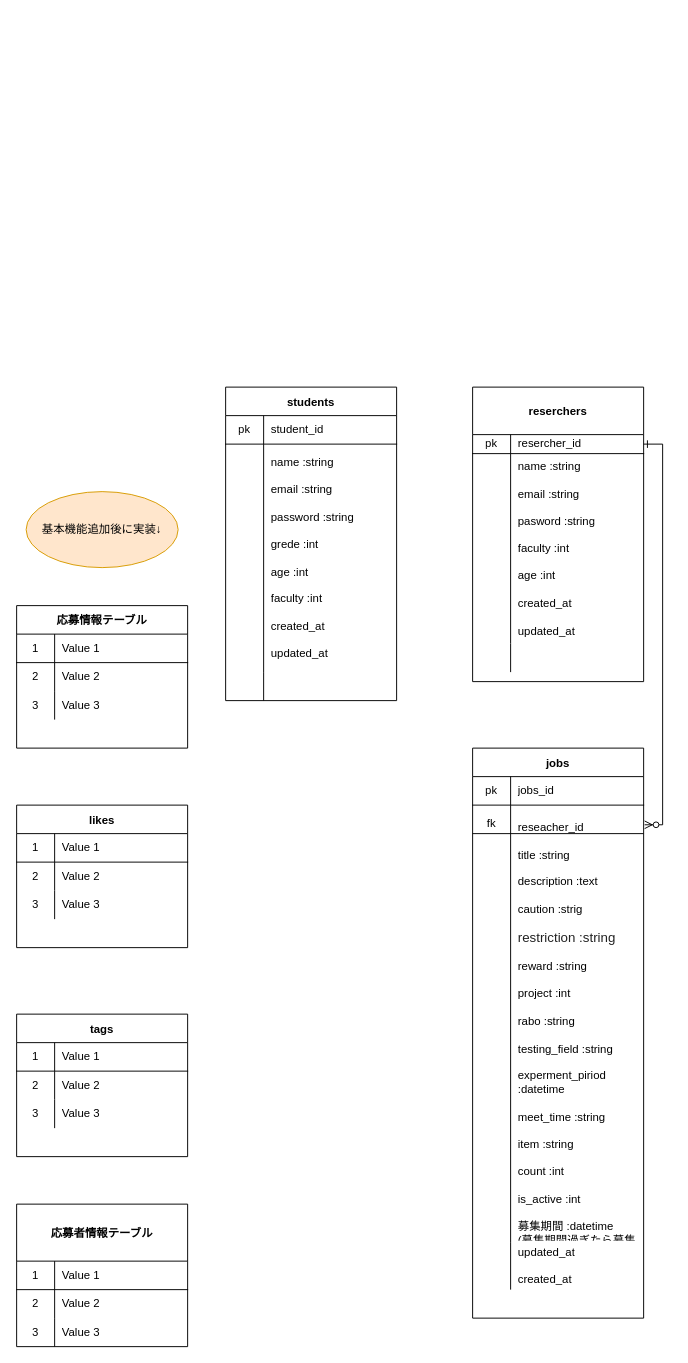
Earlier version of the draw.io diagram Untitled Diagram.drawio (nagaoka1166/tester). Source tidied: cells renumbered, new cells numbered last; positions are measured from the earlier drawing's top-left corner, leaving out a move shared by most shapes. Both pictures are drawn from the tidied source at 95%, with x=0, y=0 at pixel (16, 387).
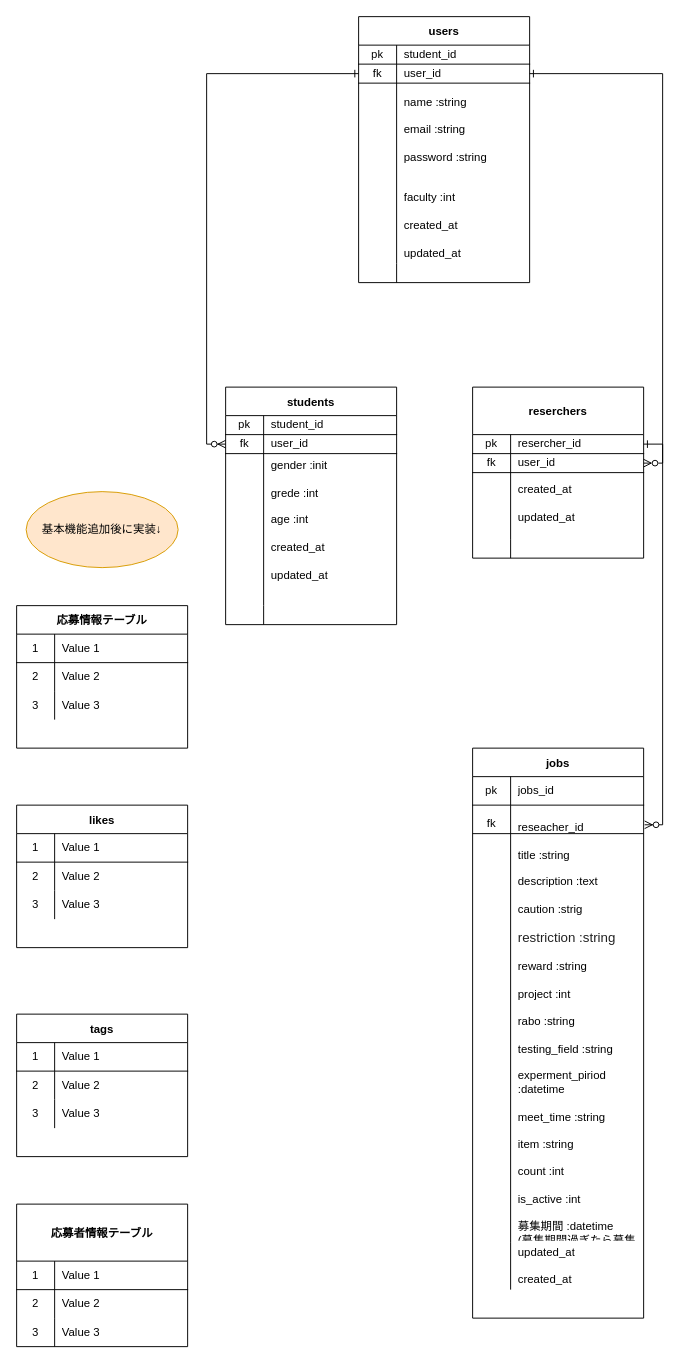
The same diagram, later.

Commit message:
userとstudent &researcher親子関係

Diff of the diagram source:
```diff
@@
     <mxCell id="2" value="reserchers" style="shape=table;startSize=50;childLayout=tableLayout;rowLines=0;fontStyle=1;align=center;" parent="1" vertex="1">
-      <mxGeometry x="480" width="180" height="310" as="geometry" />
+      <mxGeometry x="480" width="180" height="180" as="geometry" />
     </mxCell>
@@
     <mxCell id="6" style="shape=partialRectangle;html=1;whiteSpace=wrap;fillColor=none;top=0;left=0;bottom=0;right=0;" parent="2" vertex="1">
-      <mxGeometry y="70" width="180" height="200" as="geometry" />
+      <mxGeometry y="70" width="180" height="90" as="geometry" />
     </mxCell>
     <mxCell id="7" style="shape=partialRectangle;html=1;whiteSpace=wrap;fillColor=none;top=0;left=0;bottom=0;right=0;overflow=hidden;" parent="6" vertex="1">
-      <mxGeometry width="40" height="200" as="geometry" />
+      <mxGeometry width="40" height="90" as="geometry" />
     </mxCell>
-    <mxCell id="8" value="name :string&lt;br&gt;&lt;br&gt;email :string&lt;br&gt;&lt;br&gt;pasword :string&lt;br&gt;&lt;br&gt;faculty :int&lt;br&gt;&lt;br&gt;age :int&lt;br&gt;&lt;br&gt;created_at&lt;br&gt;&lt;br&gt;updated_at" style="shape=partialRectangle;html=1;whiteSpace=wrap;fillColor=none;top=0;left=0;bottom=0;right=0;align=left;spacingLeft=6;overflow=hidden;" parent="6" vertex="1">
-      <mxGeometry x="40" width="140" height="200" as="geometry" />
+    <mxCell id="8" value="&lt;br&gt;created_at&lt;br&gt;&lt;br&gt;updated_at" style="shape=partialRectangle;html=1;whiteSpace=wrap;fillColor=none;top=0;left=0;bottom=0;right=0;align=left;spacingLeft=6;overflow=hidden;" parent="6" vertex="1">
+      <mxGeometry x="40" width="140" height="90" as="geometry" />
     </mxCell>
     <mxCell id="9" style="shape=partialRectangle;html=1;whiteSpace=wrap;fillColor=none;top=0;left=0;bottom=0;right=0;" parent="2" vertex="1">
-      <mxGeometry y="270" width="180" height="30" as="geometry" />
+      <mxGeometry y="160" width="180" height="20" as="geometry" />
     </mxCell>
     <mxCell id="10" style="shape=partialRectangle;html=1;whiteSpace=wrap;fillColor=none;top=0;left=0;bottom=0;right=0;overflow=hidden;" parent="9" vertex="1">
-      <mxGeometry width="40" height="30" as="geometry" />
+      <mxGeometry width="40" height="20" as="geometry" />
     </mxCell>
     <mxCell id="11" style="shape=partialRectangle;html=1;whiteSpace=wrap;fillColor=none;top=0;left=0;bottom=0;right=0;align=left;spacingLeft=6;overflow=hidden;" parent="9" vertex="1">
-      <mxGeometry x="40" width="140" height="30" as="geometry" />
+      <mxGeometry x="40" width="140" height="20" as="geometry" />
     </mxCell>
     <mxCell id="12" value="students" style="shape=table;startSize=30;childLayout=tableLayout;rowLines=0;fontStyle=1;align=center;" parent="1" vertex="1">
-      <mxGeometry x="220" width="180" height="330" as="geometry" />
+      <mxGeometry x="220" width="180" height="250" as="geometry" />
     </mxCell>
     <mxCell id="13" style="shape=partialRectangle;html=1;whiteSpace=wrap;fillColor=none;top=0;left=0;bottom=1;right=0;" parent="12" vertex="1">
-      <mxGeometry y="30" width="180" height="30" as="geometry" />
+      <mxGeometry y="30" width="180" height="20" as="geometry" />
     </mxCell>
     <mxCell id="14" value="pk" style="shape=partialRectangle;html=1;whiteSpace=wrap;fillColor=none;top=0;left=0;bottom=0;right=0;overflow=hidden;" parent="13" vertex="1">
-      <mxGeometry width="40" height="30" as="geometry" />
+      <mxGeometry width="40" height="20" as="geometry" />
     </mxCell>
     <mxCell id="15" value="student_id" style="shape=partialRectangle;html=1;whiteSpace=wrap;fillColor=none;top=0;left=0;bottom=0;right=0;align=left;spacingLeft=6;overflow=hidden;" parent="13" vertex="1">
-      <mxGeometry x="40" width="140" height="30" as="geometry" />
+      <mxGeometry x="40" width="140" height="20" as="geometry" />
     </mxCell>
     <mxCell id="16" style="shape=partialRectangle;html=1;whiteSpace=wrap;fillColor=none;top=0;left=0;bottom=0;right=0;" parent="12" vertex="1">
-      <mxGeometry y="60" width="180" height="240" as="geometry" />
+      <mxGeometry y="50" width="180" height="180" as="geometry" />
     </mxCell>
     <mxCell id="17" style="shape=partialRectangle;html=1;whiteSpace=wrap;fillColor=none;top=0;left=0;bottom=0;right=0;overflow=hidden;" parent="16" vertex="1">
-      <mxGeometry width="40" height="240" as="geometry" />
+      <mxGeometry width="40" height="180" as="geometry" />
     </mxCell>
-    <mxCell id="18" value="name :string&lt;br&gt;&lt;br&gt;email :string&lt;br&gt;&lt;br&gt;password :string&lt;br&gt;&lt;br&gt;grede :int&lt;br&gt;&lt;br&gt;age :int&lt;br&gt;&lt;br&gt;faculty :int&lt;br&gt;&lt;br&gt;created_at&lt;br&gt;&lt;br&gt;updated_at" style="shape=partialRectangle;html=1;whiteSpace=wrap;fillColor=none;top=0;left=0;bottom=0;right=0;align=left;spacingLeft=6;overflow=hidden;" parent="16" vertex="1">
-      <mxGeometry x="40" width="140" height="240" as="geometry" />
+    <mxCell id="18" value="gender :init&lt;br&gt;&lt;br&gt;grede :int&lt;br&gt;&lt;br&gt;age :int&lt;br&gt;&lt;br&gt;created_at&lt;br&gt;&lt;br&gt;updated_at" style="shape=partialRectangle;html=1;whiteSpace=wrap;fillColor=none;top=0;left=0;bottom=0;right=0;align=left;spacingLeft=6;overflow=hidden;" parent="16" vertex="1">
+      <mxGeometry x="40" width="140" height="180" as="geometry" />
     </mxCell>
     <mxCell id="19" style="shape=partialRectangle;html=1;whiteSpace=wrap;fillColor=none;top=0;left=0;bottom=0;right=0;" parent="12" vertex="1">
-      <mxGeometry y="300" width="180" height="30" as="geometry" />
+      <mxGeometry y="230" width="180" height="20" as="geometry" />
     </mxCell>
     <mxCell id="20" style="shape=partialRectangle;html=1;whiteSpace=wrap;fillColor=none;top=0;left=0;bottom=0;right=0;overflow=hidden;" parent="19" vertex="1">
-      <mxGeometry width="40" height="30" as="geometry" />
+      <mxGeometry width="40" height="20" as="geometry" />
     </mxCell>
     <mxCell id="21" style="shape=partialRectangle;html=1;whiteSpace=wrap;fillColor=none;top=0;left=0;bottom=0;right=0;align=left;spacingLeft=6;overflow=hidden;" parent="19" vertex="1">
-      <mxGeometry x="40" width="140" height="30" as="geometry" />
+      <mxGeometry x="40" width="140" height="20" as="geometry" />
     </mxCell>
@@
+    <mxCell id="76" style="shape=partialRectangle;html=1;whiteSpace=wrap;fillColor=none;top=0;left=0;bottom=1;right=0;points=[[0,0.5],[1,0.5]];portConstraint=eastwest;" parent="1" vertex="1">
+      <mxGeometry x="480" y="70" width="180" height="20" as="geometry" />
+    </mxCell>
+    <mxCell id="77" value="fk" style="shape=partialRectangle;html=1;whiteSpace=wrap;fillColor=none;top=0;left=0;bottom=0;right=0;overflow=hidden;" parent="76" vertex="1">
+      <mxGeometry width="40" height="20" as="geometry" />
+    </mxCell>
+    <mxCell id="78" value="user_id" style="shape=partialRectangle;html=1;whiteSpace=wrap;fillColor=none;top=0;left=0;bottom=0;right=0;align=left;spacingLeft=6;overflow=hidden;" parent="76" vertex="1">
+      <mxGeometry x="40" width="140" height="20" as="geometry" />
+    </mxCell>
+    <mxCell id="79" style="edgeStyle=orthogonalEdgeStyle;rounded=0;jettySize=auto;html=1;exitX=0;exitY=0.5;exitDx=0;exitDy=0;entryX=0;entryY=0.5;entryDx=0;entryDy=0;startArrow=ERzeroToMany;startFill=1;endArrow=ERone;endFill=0;" parent="1" edge="1" source="80" target="94">
+      <mxGeometry relative="1" as="geometry" />
+    </mxCell>
+    <mxCell id="80" style="shape=partialRectangle;html=1;whiteSpace=wrap;fillColor=none;top=0;left=0;bottom=1;right=0;points=[[0,0.5],[1,0.5]];portConstraint=eastwest;" parent="1" vertex="1">
+      <mxGeometry x="220" y="50" width="180" height="20" as="geometry" />
+    </mxCell>
+    <mxCell id="81" value="fk" style="shape=partialRectangle;html=1;whiteSpace=wrap;fillColor=none;top=0;left=0;bottom=0;right=0;overflow=hidden;" parent="80" vertex="1">
+      <mxGeometry width="40" height="20" as="geometry" />
+    </mxCell>
+    <mxCell id="82" value="user_id" style="shape=partialRectangle;html=1;whiteSpace=wrap;fillColor=none;top=0;left=0;bottom=0;right=0;align=left;spacingLeft=6;overflow=hidden;" parent="80" vertex="1">
+      <mxGeometry x="40" width="140" height="20" as="geometry" />
+    </mxCell>
+    <mxCell id="83" value="users" style="shape=table;startSize=30;childLayout=tableLayout;rowLines=0;fontStyle=1;align=center;" parent="1" vertex="1">
+      <mxGeometry x="360" y="-390" width="180" height="280" as="geometry" />
+    </mxCell>
+    <mxCell id="84" style="shape=partialRectangle;html=1;whiteSpace=wrap;fillColor=none;top=0;left=0;bottom=1;right=0;" parent="83" vertex="1">
+      <mxGeometry y="30" width="180" height="20" as="geometry" />
+    </mxCell>
+    <mxCell id="85" value="pk" style="shape=partialRectangle;html=1;whiteSpace=wrap;fillColor=none;top=0;left=0;bottom=0;right=0;overflow=hidden;" parent="84" vertex="1">
+      <mxGeometry width="40" height="20" as="geometry" />
+    </mxCell>
+    <mxCell id="86" value="student_id" style="shape=partialRectangle;html=1;whiteSpace=wrap;fillColor=none;top=0;left=0;bottom=0;right=0;align=left;spacingLeft=6;overflow=hidden;" parent="84" vertex="1">
+      <mxGeometry x="40" width="140" height="20" as="geometry" />
+    </mxCell>
+    <mxCell id="87" style="shape=partialRectangle;html=1;whiteSpace=wrap;fillColor=none;top=0;left=0;bottom=0;right=0;" parent="83" vertex="1">
+      <mxGeometry y="50" width="180" height="210" as="geometry" />
+    </mxCell>
+    <mxCell id="88" style="shape=partialRectangle;html=1;whiteSpace=wrap;fillColor=none;top=0;left=0;bottom=0;right=0;overflow=hidden;" parent="87" vertex="1">
+      <mxGeometry width="40" height="210" as="geometry" />
+    </mxCell>
+    <mxCell id="89" value="&lt;br&gt;&lt;br&gt;name :string&lt;br&gt;&lt;br&gt;email :string&lt;br&gt;&lt;br&gt;password :string&lt;br&gt;&lt;br&gt;&lt;br&gt;faculty :int&lt;br&gt;&lt;br&gt;created_at&lt;br&gt;&lt;br&gt;updated_at" style="shape=partialRectangle;html=1;whiteSpace=wrap;fillColor=none;top=0;left=0;bottom=0;right=0;align=left;spacingLeft=6;overflow=hidden;" parent="87" vertex="1">
+      <mxGeometry x="40" width="140" height="210" as="geometry" />
+    </mxCell>
+    <mxCell id="90" style="shape=partialRectangle;html=1;whiteSpace=wrap;fillColor=none;top=0;left=0;bottom=0;right=0;" parent="83" vertex="1">
+      <mxGeometry y="260" width="180" height="20" as="geometry" />
+    </mxCell>
+    <mxCell id="91" style="shape=partialRectangle;html=1;whiteSpace=wrap;fillColor=none;top=0;left=0;bottom=0;right=0;overflow=hidden;" parent="90" vertex="1">
+      <mxGeometry width="40" height="20" as="geometry" />
+    </mxCell>
+    <mxCell id="92" style="shape=partialRectangle;html=1;whiteSpace=wrap;fillColor=none;top=0;left=0;bottom=0;right=0;align=left;spacingLeft=6;overflow=hidden;" parent="90" vertex="1">
+      <mxGeometry x="40" width="140" height="20" as="geometry" />
+    </mxCell>
+    <mxCell id="93" style="edgeStyle=orthogonalEdgeStyle;rounded=0;jettySize=auto;html=1;exitX=1;exitY=0.5;exitDx=0;exitDy=0;entryX=1;entryY=0.5;entryDx=0;entryDy=0;startArrow=ERone;startFill=0;endArrow=ERzeroToMany;endFill=0;" parent="1" edge="1" source="94" target="76">
+      <mxGeometry relative="1" as="geometry" />
+    </mxCell>
+    <mxCell id="94" style="shape=partialRectangle;html=1;whiteSpace=wrap;fillColor=none;top=0;left=0;bottom=1;right=0;points=[[0,0.5],[1,0.5]];portConstraint=eastwest;" parent="1" vertex="1">
+      <mxGeometry x="360" y="-340" width="180" height="20" as="geometry" />
+    </mxCell>
+    <mxCell id="95" value="fk" style="shape=partialRectangle;html=1;whiteSpace=wrap;fillColor=none;top=0;left=0;bottom=0;right=0;overflow=hidden;" parent="94" vertex="1">
+      <mxGeometry width="40" height="20" as="geometry" />
+    </mxCell>
+    <mxCell id="96" value="user_id" style="shape=partialRectangle;html=1;whiteSpace=wrap;fillColor=none;top=0;left=0;bottom=0;right=0;align=left;spacingLeft=6;overflow=hidden;" parent="94" vertex="1">
+      <mxGeometry x="40" width="140" height="20" as="geometry" />
+    </mxCell>
```
